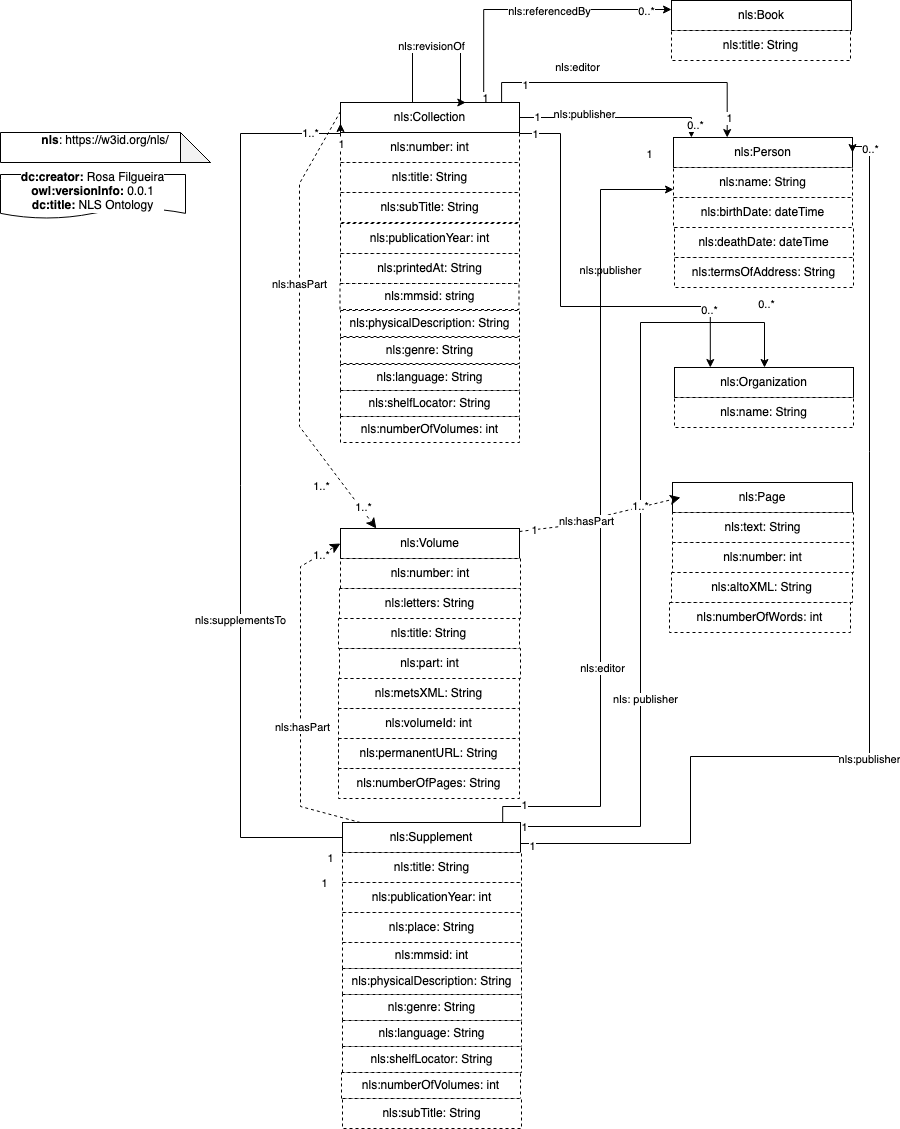
francesNLP/NLS-ontology keeps this draw.io diagram as doc/dataModel.png. Above is the earlier version. Source tidied: cells renumbered, new cells last; positions are measured from the earlier drawing's top-left corner, leaving out a move shared by most shapes.
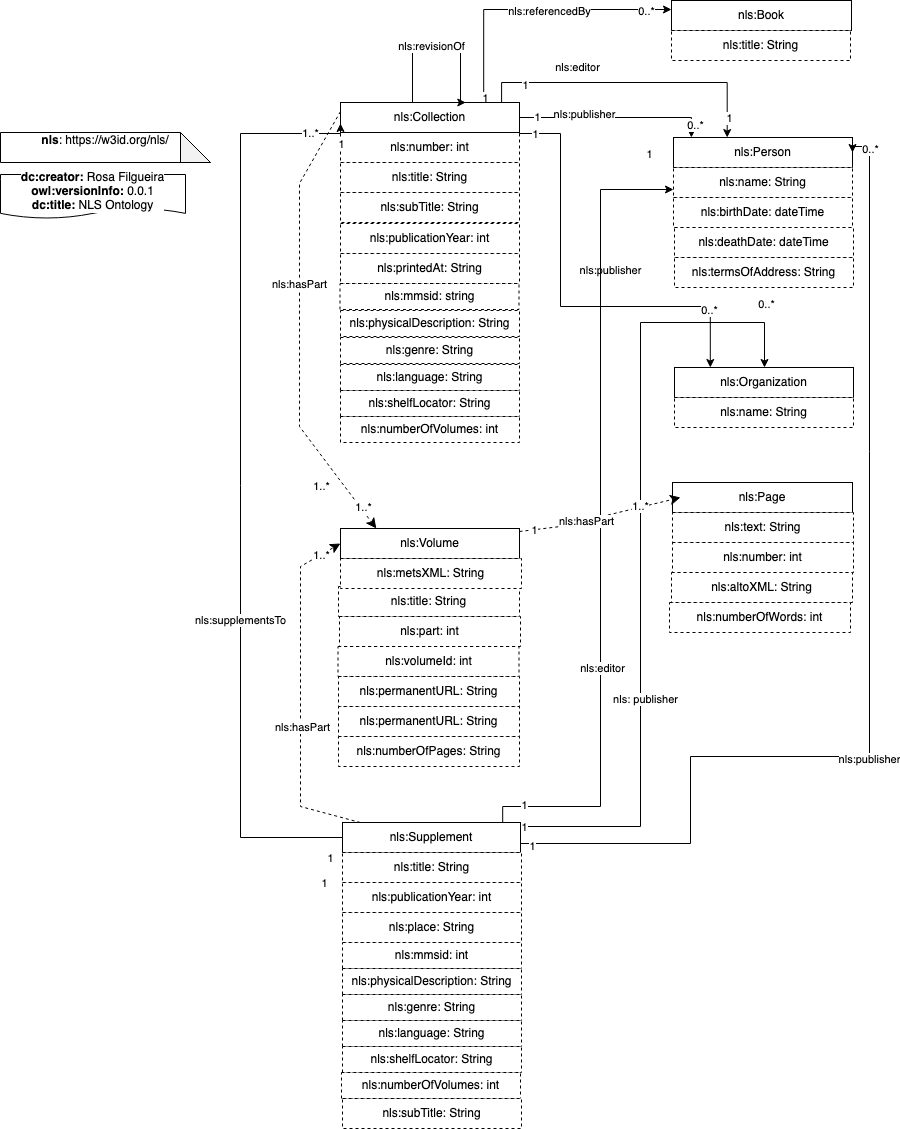
After the change.

Change to the diagram source:
```diff
@@ -138,23 +138,17 @@
     <mxCell id="41" value="nls:altoXML: String" style="rounded=0;whiteSpace=wrap;html=1;dashed=1;" parent="1" vertex="1">
       <mxGeometry x="671" y="572" width="181" height="30" as="geometry" />
     </mxCell>
-    <mxCell id="42" value="nls:number: int" style="rounded=0;whiteSpace=wrap;html=1;dashed=1;" parent="1" vertex="1">
-      <mxGeometry x="340" y="558" width="180" height="30" as="geometry" />
-    </mxCell>
-    <mxCell id="43" value="nls:letters: String" style="rounded=0;whiteSpace=wrap;html=1;dashed=1;" parent="1" vertex="1">
-      <mxGeometry x="339" y="588" width="181" height="30" as="geometry" />
-    </mxCell>
     <mxCell id="44" value="nls:title: String" style="rounded=0;whiteSpace=wrap;html=1;dashed=1;" parent="1" vertex="1">
-      <mxGeometry x="338" y="618" width="181" height="30" as="geometry" />
+      <mxGeometry x="338" y="586" width="181" height="30" as="geometry" />
     </mxCell>
     <mxCell id="45" value="nls:part: int" style="rounded=0;whiteSpace=wrap;html=1;dashed=1;" parent="1" vertex="1">
-      <mxGeometry x="339" y="648" width="181" height="30" as="geometry" />
+      <mxGeometry x="339" y="616" width="181" height="30" as="geometry" />
     </mxCell>
     <mxCell id="46" value="nls:metsXML: String" style="rounded=0;whiteSpace=wrap;html=1;dashed=1;" parent="1" vertex="1">
-      <mxGeometry x="338" y="678" width="181" height="30" as="geometry" />
+      <mxGeometry x="340" y="558" width="181" height="30" as="geometry" />
     </mxCell>
     <mxCell id="47" value="nls:volumeId: int" style="rounded=0;whiteSpace=wrap;html=1;dashed=1;" parent="1" vertex="1">
-      <mxGeometry x="338" y="708" width="181" height="30" as="geometry" />
+      <mxGeometry x="337.5" y="646" width="181" height="30" as="geometry" />
     </mxCell>
     <mxCell id="48" value="nls:shelfLocator: String" style="rounded=0;whiteSpace=wrap;html=1;dashed=1;" parent="1" vertex="1">
       <mxGeometry x="340" y="390" width="179" height="26" as="geometry" />
@@ -347,13 +341,13 @@
       </mxGeometry>
     </mxCell>
     <mxCell id="88" value="nls:permanentURL: String" style="rounded=0;whiteSpace=wrap;html=1;dashed=1;" parent="1" vertex="1">
-      <mxGeometry x="338" y="738" width="181" height="30" as="geometry" />
+      <mxGeometry x="338" y="706" width="181" height="30" as="geometry" />
     </mxCell>
     <mxCell id="89" value="nls:permanentURL: String" style="rounded=0;whiteSpace=wrap;html=1;dashed=1;" parent="1" vertex="1">
-      <mxGeometry x="338" y="738" width="181" height="30" as="geometry" />
+      <mxGeometry x="338" y="676" width="181" height="30" as="geometry" />
     </mxCell>
     <mxCell id="90" value="nls:numberOfPages: String" style="rounded=0;whiteSpace=wrap;html=1;dashed=1;" parent="1" vertex="1">
-      <mxGeometry x="338" y="768" width="181" height="30" as="geometry" />
+      <mxGeometry x="338" y="736" width="181" height="30" as="geometry" />
     </mxCell>
     <mxCell id="91" value="nls:numberOfWords: int" style="rounded=0;whiteSpace=wrap;html=1;dashed=1;" parent="1" vertex="1">
       <mxGeometry x="669" y="602" width="181" height="30" as="geometry" />
```
